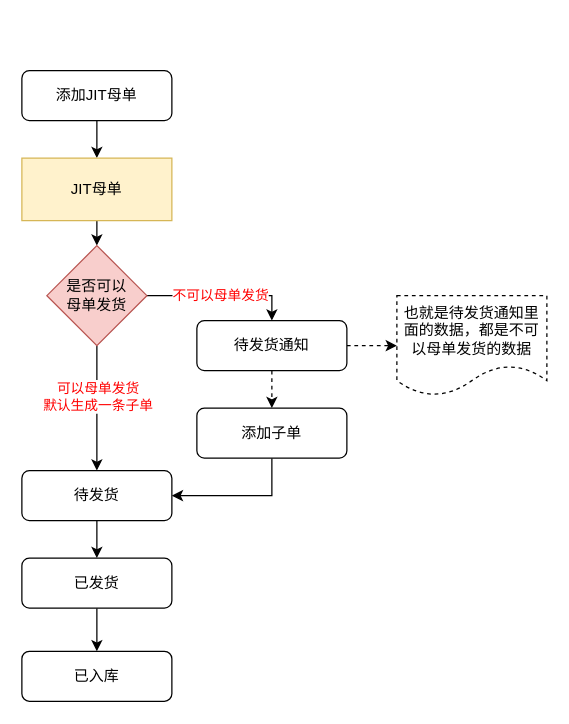
The draw.io diagram 添加订单业务.drawio in pbm0802/GitIDEATest, before the edit. Source tidied: cells renumbered, new cells numbered last; positions are measured from the earlier drawing's top-left corner, leaving out a move shared by most shapes. Both pictures are drawn from the tidied source at 125%, with x=0, y=0 at pixel (21, 70).
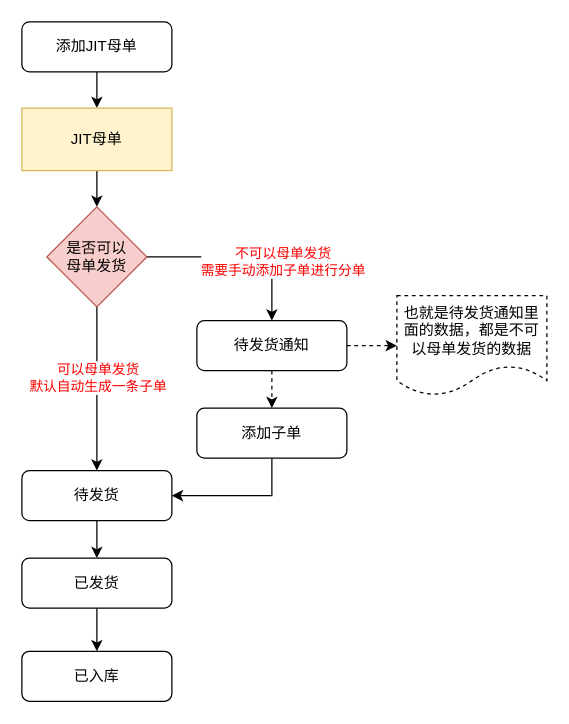
Above is the later version.

Commit message (it also covers changes not shown here):
更新添加订单业务.drawio

The change refers to these unchanged cells:
```xml
<mxCell id="6" style="edgeStyle=orthogonalEdgeStyle;rounded=0;jettySize=auto;html=1;exitX=0.5;exitY=1;exitDx=0;exitDy=0;entryX=0.5;entryY=0;entryDx=0;entryDy=0;" parent="1" edge="1" source="10" target="12">
  <mxGeometry relative="1" as="geometry">
    <Array as="points">
      <mxPoint x="60" y="260" />
      <mxPoint x="60" y="260" />
    </Array>
  </mxGeometry>
</mxCell>
<mxCell id="8" style="edgeStyle=orthogonalEdgeStyle;rounded=0;jettySize=auto;html=1;exitX=1;exitY=0.5;exitDx=0;exitDy=0;entryX=0.5;entryY=0;entryDx=0;entryDy=0;" parent="1" edge="1" source="10" target="15">
  <mxGeometry relative="1" as="geometry" />
</mxCell>
```

The edit, as a diff of the source:
```diff
@@
     <mxCell id="3" value="添加JIT母单" style="rounded=1;whiteSpace=wrap;html=1;fontSize=12;glass=0;strokeWidth=1;shadow=0;" parent="1" vertex="1">
-      <mxGeometry width="120" height="40" as="geometry" />
+      <mxGeometry y="-39" width="120" height="40" as="geometry" />
     </mxCell>
@@
     <mxCell id="5" value="JIT母单" style="rounded=0;whiteSpace=wrap;html=1;fillColor=#fff2cc;strokeColor=#d6b656;" parent="1" vertex="1">
-      <mxGeometry y="70" width="120" height="50" as="geometry" />
+      <mxGeometry y="30" width="120" height="50" as="geometry" />
     </mxCell>
@@
-    <mxCell id="7" value="可以母单发货&lt;br&gt;默认生成一条子单" style="edgeLabel;html=1;align=center;verticalAlign=middle;fontColor=#FF0000;" parent="6" vertex="1">
+    <mxCell id="7" value="可以母单发货&lt;br&gt;默认自动生成一条子单" style="edgeLabel;html=1;align=center;verticalAlign=middle;fontColor=#FF0000;" parent="6" vertex="1">
       <mxGeometry x="0.02" y="2" relative="1" as="geometry">
         <mxPoint x="-2" y="-11" as="offset" />
       </mxGeometry>
     </mxCell>
@@
-    <mxCell id="9" value="不可以母单发货" style="edgeLabel;html=1;align=center;verticalAlign=middle;fontColor=#FF0000;" parent="8" vertex="1">
-      <mxGeometry x="-0.04" y="1" relative="1" as="geometry" />
+    <mxCell id="9" value="不可以母单发货&lt;br&gt;需要手动添加子单进行分单" style="edgeLabel;html=1;align=center;verticalAlign=middle;fontColor=#FF0000;" parent="8" vertex="1">
+      <mxGeometry x="-0.04" y="1" relative="1" as="geometry">
+        <mxPoint x="36" y="4" as="offset" />
+      </mxGeometry>
     </mxCell>
     <mxCell id="10" value="是否可以&lt;br&gt;母单发货" style="rhombus;whiteSpace=wrap;html=1;fillColor=#f8cecc;strokeColor=#b85450;" parent="1" vertex="1">
-      <mxGeometry x="20" y="140" width="80" height="80" as="geometry" />
+      <mxGeometry x="20" y="109" width="80" height="80" as="geometry" />
     </mxCell>
```
